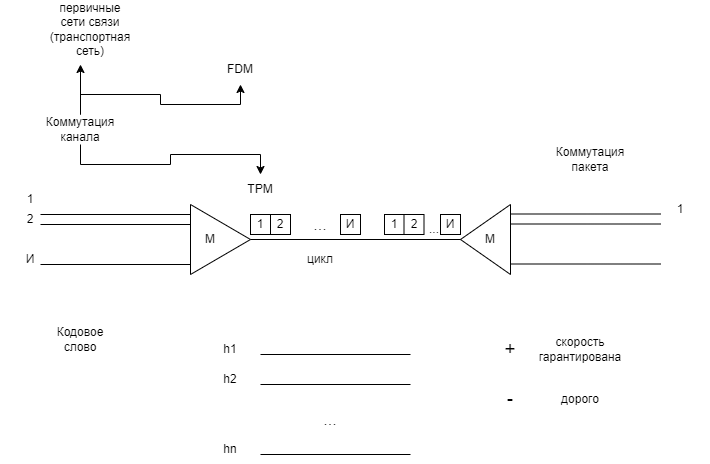
ksinph/PSTU_LABS_2023 keeps this draw.io diagram as seti.drawio.png. Above is the earlier version. Source tidied: cells renumbered, new cells last; positions are measured from the earlier drawing's top-left corner, leaving out a move shared by most shapes.
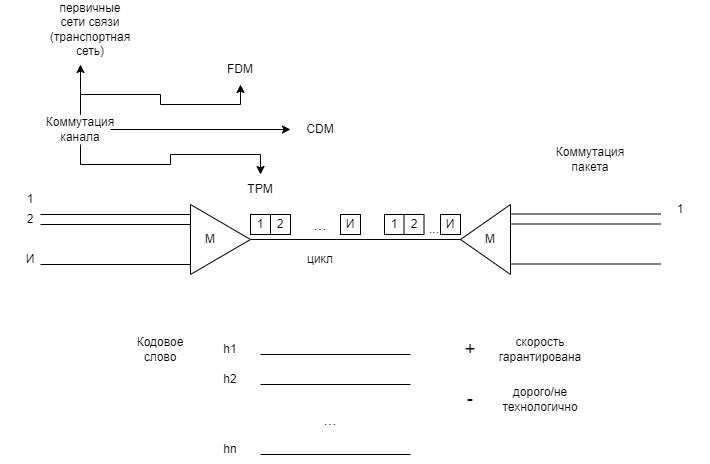
Later version of the same file.

Change to the diagram source:
```diff
@@ -58,6 +58,9 @@
         <mxPoint x="80" y="50" as="targetPoint" />
       </mxGeometry>
     </mxCell>
+    <mxCell id="46" style="edgeStyle=orthogonalEdgeStyle;rounded=0;jettySize=auto;html=1;exitX=1;exitY=0.5;exitDx=0;exitDy=0;entryX=0;entryY=0.5;entryDx=0;entryDy=0;" parent="1" edge="1" source="14" target="47">
+      <mxGeometry relative="1" as="geometry" />
+    </mxCell>
     <mxCell id="14" value="Коммутация канала" style="text;html=1;align=center;verticalAlign=middle;whiteSpace=wrap;rounded=0;" parent="1" vertex="1">
       <mxGeometry x="50" y="100" width="60" height="30" as="geometry" />
     </mxCell>
@@ -119,7 +122,7 @@
       <mxGeometry x="60" width="60" height="30" as="geometry" />
     </mxCell>
     <mxCell id="34" value="Кодовое слово" style="text;html=1;align=center;verticalAlign=middle;whiteSpace=wrap;rounded=0;" parent="1" vertex="1">
-      <mxGeometry x="50" y="310" width="60" height="30" as="geometry" />
+      <mxGeometry x="130" y="320" width="60" height="30" as="geometry" />
     </mxCell>
     <mxCell id="35" style="endArrow=none;html=1;rounded=0;" parent="1" edge="1">
       <mxGeometry relative="1" as="geometry">
@@ -152,16 +155,19 @@
       <mxGeometry x="300" y="390" width="60" height="30" as="geometry" />
     </mxCell>
     <mxCell id="42" value="&lt;font style=&quot;font-size: 19px;&quot;&gt;+&lt;/font&gt;" style="text;html=1;align=center;verticalAlign=middle;whiteSpace=wrap;rounded=0;" parent="1" vertex="1">
-      <mxGeometry x="480" y="320" width="60" height="30" as="geometry" />
+      <mxGeometry x="440" y="320" width="60" height="30" as="geometry" />
     </mxCell>
     <mxCell id="43" value="скорость гарантирована" style="text;html=1;align=center;verticalAlign=middle;whiteSpace=wrap;rounded=0;" parent="1" vertex="1">
-      <mxGeometry x="550" y="320" width="60" height="30" as="geometry" />
+      <mxGeometry x="510" y="320" width="60" height="30" as="geometry" />
     </mxCell>
     <mxCell id="44" value="&lt;font style=&quot;font-size: 19px;&quot;&gt;-&lt;/font&gt;" style="text;html=1;align=center;verticalAlign=middle;whiteSpace=wrap;rounded=0;" parent="1" vertex="1">
-      <mxGeometry x="480" y="370" width="60" height="30" as="geometry" />
+      <mxGeometry x="440" y="370" width="60" height="30" as="geometry" />
     </mxCell>
-    <mxCell id="45" value="дорого" style="text;html=1;align=center;verticalAlign=middle;whiteSpace=wrap;rounded=0;" parent="1" vertex="1">
-      <mxGeometry x="550" y="370" width="60" height="30" as="geometry" />
+    <mxCell id="45" value="дорого/не технологично" style="text;html=1;align=center;verticalAlign=middle;whiteSpace=wrap;rounded=0;" parent="1" vertex="1">
+      <mxGeometry x="510" y="370" width="60" height="30" as="geometry" />
     </mxCell>
+    <mxCell id="47" value="CDM" style="text;html=1;align=center;verticalAlign=middle;whiteSpace=wrap;rounded=0;" parent="1" vertex="1">
+      <mxGeometry x="290" y="100" width="60" height="30" as="geometry" />
+    </mxCell>
   </root>
 </mxGraphModel>
```
